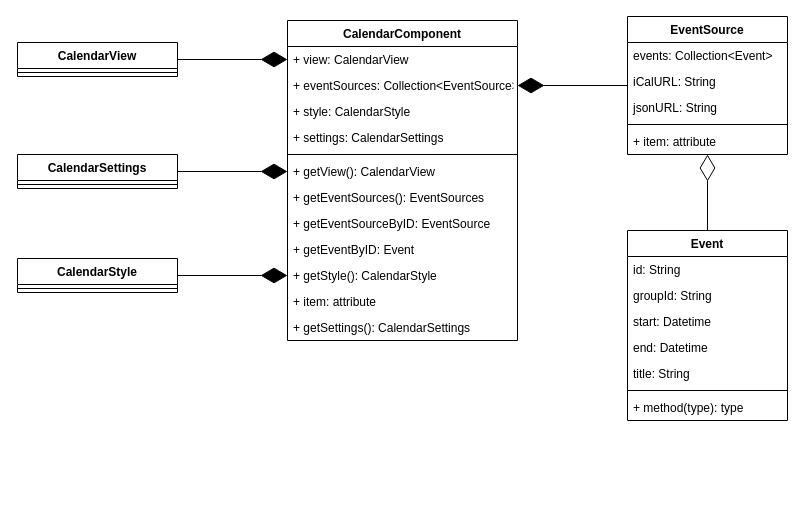
clueless-capybaras/dhbw-community-dashboard keeps this draw.io diagram as page "Frontend: Calendar Module" (2 of 5) of docs/class_diagrams/CD0_working_file.drawio. Above is the earlier version. Source tidied: cells renumbered, new cells numbered last; positions are measured from the earlier drawing's top-left corner, leaving out a move shared by most shapes. Both pictures are drawn from the tidied source at 100%, with x=0, y=0 at pixel (17, 16).
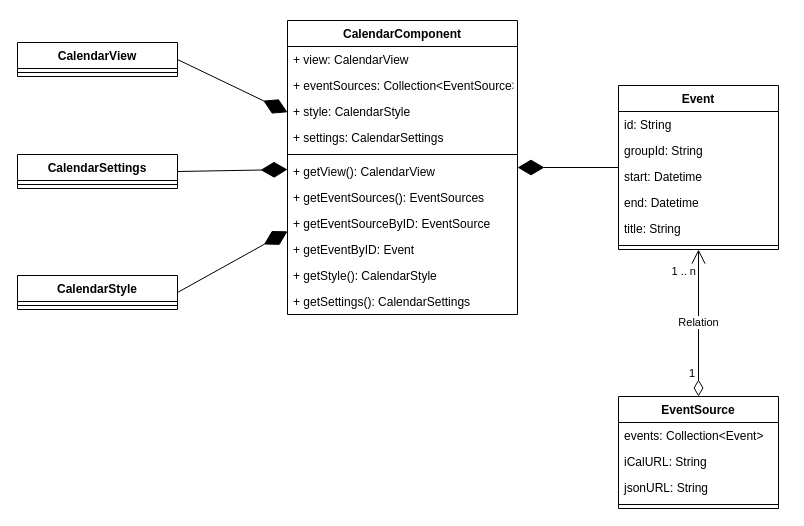
The same diagram, later.

The change refers to these unchanged cells:
```xml
<mxCell id="3" value="+ view: CalendarView" style="text;strokeColor=none;fillColor=none;align=left;verticalAlign=top;spacingLeft=4;spacingRight=4;overflow=hidden;points=[[0,0.5],[1,0.5]];portConstraint=eastwest;" parent="2" vertex="1">
  <mxGeometry y="26" width="230" height="26" as="geometry" />
</mxCell>
<mxCell id="4" value="+ eventSources: Collection&lt;EventSource&gt;" style="text;strokeColor=none;fillColor=none;align=left;verticalAlign=top;spacingLeft=4;spacingRight=4;overflow=hidden;points=[[0,0.5],[1,0.5]];portConstraint=eastwest;" parent="2" vertex="1">
  <mxGeometry y="52" width="230" height="26" as="geometry" />
</mxCell>
<mxCell id="8" value="+ getView(): CalendarView " style="text;strokeColor=none;fillColor=none;align=left;verticalAlign=top;spacingLeft=4;spacingRight=4;overflow=hidden;points=[[0,0.5],[1,0.5]];portConstraint=eastwest;" parent="2" vertex="1">
  <mxGeometry y="138" width="230" height="26" as="geometry" />
</mxCell>
<mxCell id="12" value="+ getStyle(): CalendarStyle" style="text;strokeColor=none;fillColor=none;align=left;verticalAlign=top;spacingLeft=4;spacingRight=4;overflow=hidden;points=[[0,0.5],[1,0.5]];portConstraint=eastwest;" parent="2" vertex="1">
  <mxGeometry y="242" width="230" height="26" as="geometry" />
</mxCell>
<mxCell id="29" value="CalendarView" style="swimlane;fontStyle=1;align=center;verticalAlign=top;horizontal=1;startSize=26;" parent="1" vertex="1">
  <mxGeometry y="26" width="160" height="34" as="geometry" />
</mxCell>
<mxCell id="33" value="CalendarSettings" style="swimlane;fontStyle=1;align=center;verticalAlign=top;horizontal=1;startSize=26;" parent="1" vertex="1">
  <mxGeometry y="138" width="160" height="34" as="geometry" />
</mxCell>
```

Diff of the diagram source:
```diff
@@
     <mxCell id="2" value="CalendarComponent" style="swimlane;fontStyle=1;align=center;verticalAlign=top;horizontal=1;startSize=26;" parent="1" vertex="1">
-      <mxGeometry x="270" y="4" width="230" height="320" as="geometry" />
+      <mxGeometry x="270" y="4" width="230" height="294" as="geometry" />
     </mxCell>
@@
-    <mxCell id="13" value="+ item: attribute" style="text;strokeColor=none;fillColor=none;align=left;verticalAlign=top;spacingLeft=4;spacingRight=4;overflow=hidden;" parent="2" vertex="1">
-      <mxGeometry y="268" width="230" height="26" as="geometry" />
-    </mxCell>
     <mxCell id="14" value="+ getSettings(): CalendarSettings" style="text;strokeColor=none;fillColor=none;align=left;verticalAlign=top;spacingLeft=4;spacingRight=4;overflow=hidden;" parent="2" vertex="1">
-      <mxGeometry y="294" width="230" height="26" as="geometry" />
+      <mxGeometry y="268" width="230" height="26" as="geometry" />
     </mxCell>
     <mxCell id="15" value="EventSource" style="swimlane;fontStyle=1;align=center;verticalAlign=top;horizontal=1;startSize=26;" parent="1" vertex="1">
-      <mxGeometry x="610" width="160" height="138" as="geometry" />
+      <mxGeometry x="601" y="380" width="160" height="112" as="geometry" />
     </mxCell>
@@
-    <mxCell id="20" value="+ item: attribute" style="text;strokeColor=none;fillColor=none;align=left;verticalAlign=top;spacingLeft=4;spacingRight=4;overflow=hidden;" parent="15" vertex="1">
-      <mxGeometry y="112" width="160" height="26" as="geometry" />
-    </mxCell>
     <mxCell id="21" value="Event" style="swimlane;fontStyle=1;align=center;verticalAlign=top;horizontal=1;startSize=26;" parent="1" vertex="1">
-      <mxGeometry x="610" y="214" width="160" height="190" as="geometry" />
+      <mxGeometry x="601" y="69" width="160" height="164" as="geometry" />
     </mxCell>
@@
-    <mxCell id="28" value="+ method(type): type" style="text;strokeColor=none;fillColor=none;align=left;verticalAlign=top;spacingLeft=4;spacingRight=4;overflow=hidden;" parent="21" vertex="1">
-      <mxGeometry y="164" width="160" height="26" as="geometry" />
-    </mxCell>
@@
     <mxCell id="31" value="CalendarStyle" style="swimlane;fontStyle=1;align=center;verticalAlign=top;horizontal=1;startSize=26;" parent="1" vertex="1">
-      <mxGeometry y="242" width="160" height="34" as="geometry" />
+      <mxGeometry y="259" width="160" height="34" as="geometry" />
     </mxCell>
@@
-    <mxCell id="35" style="endArrow=diamondThin;endFill=1;endSize=24;html=1;rounded=0;entryX=0;entryY=0.5;entryDx=0;entryDy=0;exitX=1;exitY=0.5;exitDx=0;exitDy=0;" parent="1" edge="1" source="29" target="3">
+    <mxCell id="35" style="endArrow=diamondThin;endFill=1;endSize=24;html=1;rounded=0;exitX=1;exitY=0.5;exitDx=0;exitDy=0;" parent="1" edge="1" source="29" target="2">
       <mxGeometry relative="1" as="geometry" />
     </mxCell>
-    <mxCell id="36" style="endArrow=diamondThin;endFill=1;endSize=24;html=1;rounded=0;entryX=0;entryY=0.5;entryDx=0;entryDy=0;exitX=1;exitY=0.5;exitDx=0;exitDy=0;" parent="1" edge="1" source="33" target="8">
+    <mxCell id="36" style="endArrow=diamondThin;endFill=1;endSize=24;html=1;rounded=0;exitX=1;exitY=0.5;exitDx=0;exitDy=0;" parent="1" edge="1" source="33" target="2">
       <mxGeometry relative="1" as="geometry" />
     </mxCell>
-    <mxCell id="37" style="endArrow=diamondThin;endFill=1;endSize=24;html=1;rounded=0;entryX=0;entryY=0.5;entryDx=0;entryDy=0;exitX=1;exitY=0.5;exitDx=0;exitDy=0;" parent="1" edge="1" source="31" target="12">
+    <mxCell id="37" style="endArrow=diamondThin;endFill=1;endSize=24;html=1;rounded=0;exitX=1;exitY=0.5;exitDx=0;exitDy=0;" parent="1" edge="1" source="31" target="2">
       <mxGeometry relative="1" as="geometry" />
     </mxCell>
-    <mxCell id="38" style="endArrow=diamondThin;endFill=0;endSize=24;html=1;rounded=0;entryX=0.5;entryY=1;entryDx=0;entryDy=0;exitX=0.5;exitY=0;exitDx=0;exitDy=0;" parent="1" edge="1" source="21" target="15">
-      <mxGeometry relative="1" as="geometry" />
-    </mxCell>
-    <mxCell id="39" style="endArrow=diamondThin;endFill=1;endSize=24;html=1;rounded=0;exitX=0;exitY=0.5;exitDx=0;exitDy=0;entryX=1;entryY=0.5;entryDx=0;entryDy=0;" parent="1" edge="1" source="15" target="4">
-      <mxGeometry relative="1" as="geometry" />
-    </mxCell>
+    <mxCell id="40" style="endArrow=diamondThin;endFill=1;endSize=24;html=1;rounded=0;" parent="1" edge="1" source="21" target="2">
+      <mxGeometry relative="1" as="geometry" />
+    </mxCell>
+    <mxCell id="41" value="Relation" style="endArrow=open;html=1;endSize=12;startArrow=diamondThin;startSize=14;startFill=0;edgeStyle=orthogonalEdgeStyle;rounded=0;exitX=0.5;exitY=0;exitDx=0;exitDy=0;" parent="1" edge="1" source="15" target="21">
+      <mxGeometry relative="1" as="geometry" />
+    </mxCell>
+    <mxCell id="42" value="1" style="edgeLabel;html=1;align=left;verticalAlign=top;" parent="41" vertex="1">
+      <mxGeometry x="-1" relative="1" as="geometry">
+        <mxPoint x="-11" y="-36" as="offset" />
+      </mxGeometry>
+    </mxCell>
+    <mxCell id="43" value="1 .. n" style="edgeLabel;html=1;align=right;verticalAlign=top;" parent="41" vertex="1">
+      <mxGeometry x="1" relative="1" as="geometry">
+        <mxPoint x="-2" y="9" as="offset" />
+      </mxGeometry>
+    </mxCell>
```
